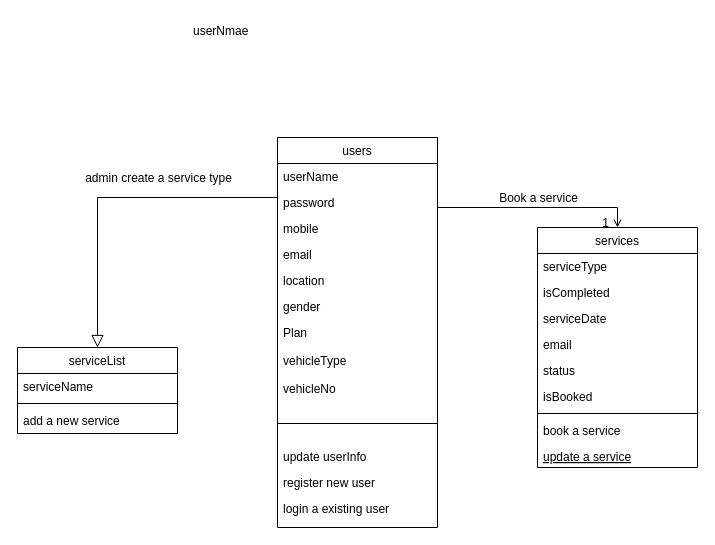
Earlier version of the draw.io diagram Untitled Diagram.drawio (rangainlive/bike-service). Source tidied: cells renumbered, new cells numbered last; positions are measured from the earlier drawing's top-left corner, leaving out a move shared by most shapes. Both pictures are drawn from the tidied source at 100%, with x=0, y=0 at pixel (17, 17).
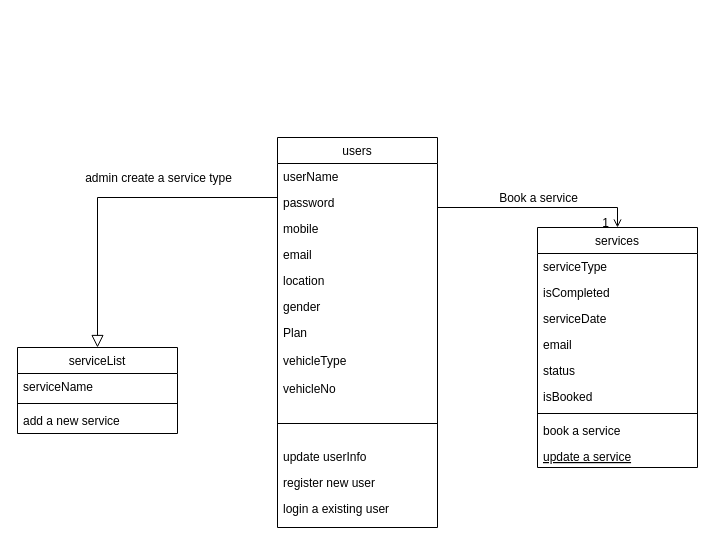
Above is the later version.

The edit, as a diff of the source:
```diff
@@
-    <mxCell id="31" value="userNmae" style="text;align=left;verticalAlign=top;spacingLeft=4;spacingRight=4;overflow=hidden;" parent="1" vertex="1">
-      <mxGeometry x="170" width="160" height="40" as="geometry" />
-    </mxCell>
```
